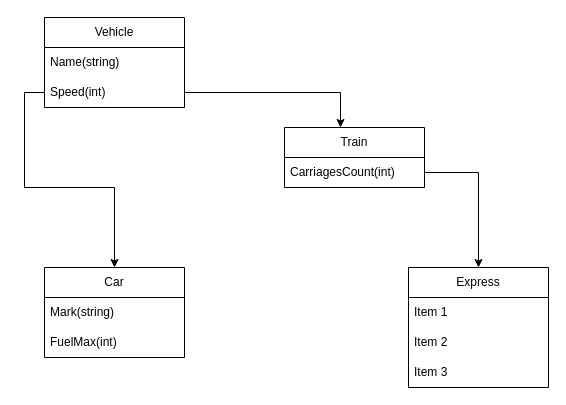
Sorokovsky/Task keeps this draw.io diagram as Ієрархія класів.drawio. Above is the earlier version. Source tidied: cells renumbered, new cells numbered last; positions are measured from the earlier drawing's top-left corner, leaving out a move shared by most shapes. Both pictures are drawn from the tidied source at 100%, with x=0, y=0 at pixel (44, 17).
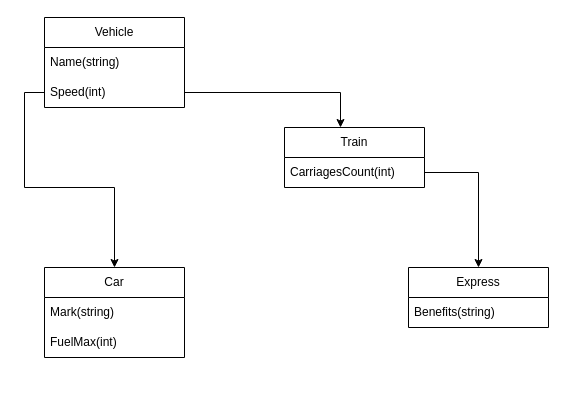
The same diagram, later.

Change to the diagram source:
```diff
@@
 <mxGraphModel>
   <root>
     <mxCell id="0" />
     <mxCell id="1" parent="0" />
     <mxCell id="2" value="Vehicle" style="swimlane;fontStyle=0;horizontal=1;startSize=30;whiteSpace=wrap;html=1;" parent="1" vertex="1">
       <mxGeometry width="140" height="90" as="geometry" />
     </mxCell>
     <mxCell id="3" value="Name(string)" style="text;strokeColor=none;fillColor=none;align=left;verticalAlign=middle;spacingLeft=4;spacingRight=4;overflow=hidden;whiteSpace=wrap;html=1;" parent="2" vertex="1">
       <mxGeometry y="30" width="140" height="30" as="geometry" />
     </mxCell>
     <mxCell id="4" value="Speed(int&lt;span style=&quot;background-color: initial;&quot;&gt;)&lt;/span&gt;" style="text;strokeColor=none;fillColor=none;align=left;verticalAlign=middle;spacingLeft=4;spacingRight=4;overflow=hidden;points=[[0,0.5],[1,0.5]];portConstraint=eastwest;whiteSpace=wrap;html=1;" parent="2" vertex="1">
       <mxGeometry y="60" width="140" height="30" as="geometry" />
     </mxCell>
     <mxCell id="5" value="Car" style="swimlane;fontStyle=0;horizontal=1;startSize=30;whiteSpace=wrap;html=1;" parent="1" vertex="1">
       <mxGeometry y="250" width="140" height="90" as="geometry" />
     </mxCell>
     <mxCell id="6" value="Mark(string)" style="text;strokeColor=none;fillColor=none;align=left;verticalAlign=middle;spacingLeft=4;spacingRight=4;overflow=hidden;whiteSpace=wrap;html=1;" parent="5" vertex="1">
       <mxGeometry y="30" width="140" height="30" as="geometry" />
     </mxCell>
     <mxCell id="7" value="Fue&lt;span style=&quot;background-color: initial;&quot;&gt;l&lt;/span&gt;&lt;span style=&quot;background-color: initial;&quot;&gt;Max(int)&lt;/span&gt;" style="text;strokeColor=none;fillColor=none;align=left;verticalAlign=middle;spacingLeft=4;spacingRight=4;overflow=hidden;whiteSpace=wrap;html=1;" parent="5" vertex="1">
       <mxGeometry y="60" width="140" height="30" as="geometry" />
     </mxCell>
     <mxCell id="8" value="Train" style="swimlane;fontStyle=0;horizontal=1;startSize=30;whiteSpace=wrap;html=1;" parent="1" vertex="1">
       <mxGeometry x="240" y="110" width="140" height="60" as="geometry" />
     </mxCell>
     <mxCell id="9" value="CarriagesCount(int)" style="text;strokeColor=none;fillColor=none;align=left;verticalAlign=middle;spacingLeft=4;spacingRight=4;overflow=hidden;points=[[0,0.5],[1,0.5]];portConstraint=eastwest;whiteSpace=wrap;html=1;" parent="8" vertex="1">
       <mxGeometry y="30" width="140" height="30" as="geometry" />
     </mxCell>
     <mxCell id="10" style="edgeStyle=orthogonalEdgeStyle;rounded=0;jettySize=auto;html=1;entryX=0.4;entryY=0;entryDx=0;entryDy=0;entryPerimeter=0;" parent="1" edge="1" source="4" target="8">
       <mxGeometry relative="1" as="geometry" />
     </mxCell>
     <mxCell id="11" value="Express" style="swimlane;fontStyle=0;horizontal=1;startSize=30;whiteSpace=wrap;html=1;" parent="1" vertex="1">
-      <mxGeometry x="364" y="250" width="140" height="120" as="geometry" />
+      <mxGeometry x="364" y="250" width="140" height="60" as="geometry" />
     </mxCell>
-    <mxCell id="12" value="Item 1" style="text;strokeColor=none;fillColor=none;align=left;verticalAlign=middle;spacingLeft=4;spacingRight=4;overflow=hidden;whiteSpace=wrap;html=1;" parent="11" vertex="1">
+    <mxCell id="12" value="Benefits(string)" style="text;strokeColor=none;fillColor=none;align=left;verticalAlign=middle;spacingLeft=4;spacingRight=4;overflow=hidden;whiteSpace=wrap;html=1;" parent="11" vertex="1">
       <mxGeometry y="30" width="140" height="30" as="geometry" />
     </mxCell>
-    <mxCell id="13" value="Item 2" style="text;strokeColor=none;fillColor=none;align=left;verticalAlign=middle;spacingLeft=4;spacingRight=4;overflow=hidden;whiteSpace=wrap;html=1;" parent="11" vertex="1">
-      <mxGeometry y="60" width="140" height="30" as="geometry" />
-    </mxCell>
-    <mxCell id="14" value="Item 3" style="text;strokeColor=none;fillColor=none;align=left;verticalAlign=middle;spacingLeft=4;spacingRight=4;overflow=hidden;whiteSpace=wrap;html=1;" parent="11" vertex="1">
-      <mxGeometry y="90" width="140" height="30" as="geometry" />
-    </mxCell>
     <mxCell id="15" style="edgeStyle=orthogonalEdgeStyle;rounded=0;jettySize=auto;html=1;exitX=1;exitY=0.5;exitDx=0;exitDy=0;entryX=0.5;entryY=0;entryDx=0;entryDy=0;" parent="1" edge="1" source="9" target="11">
       <mxGeometry relative="1" as="geometry" />
     </mxCell>
     <mxCell id="16" style="edgeStyle=orthogonalEdgeStyle;rounded=0;jettySize=auto;html=1;" parent="1" edge="1" source="4" target="5">
       <mxGeometry relative="1" as="geometry" />
     </mxCell>
   </root>
 </mxGraphModel>
```
